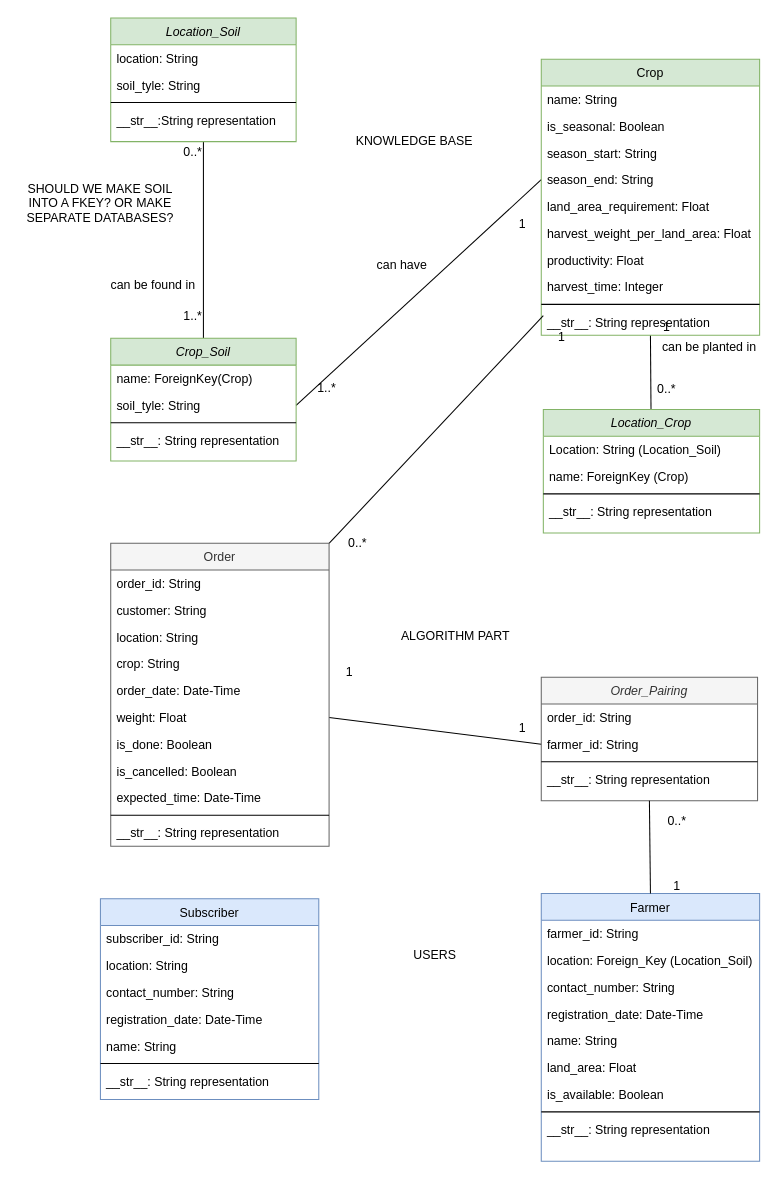
Before: Untitled Diagram.drawio in gwynncausing/atoani-icrop, a draw.io diagram. Source tidied: cells renumbered, new cells numbered last; positions are measured from the earlier drawing's top-left corner, leaving out a move shared by most shapes. Both pictures are drawn from the tidied source at 103%, with x=0, y=0 at pixel (18, 18).
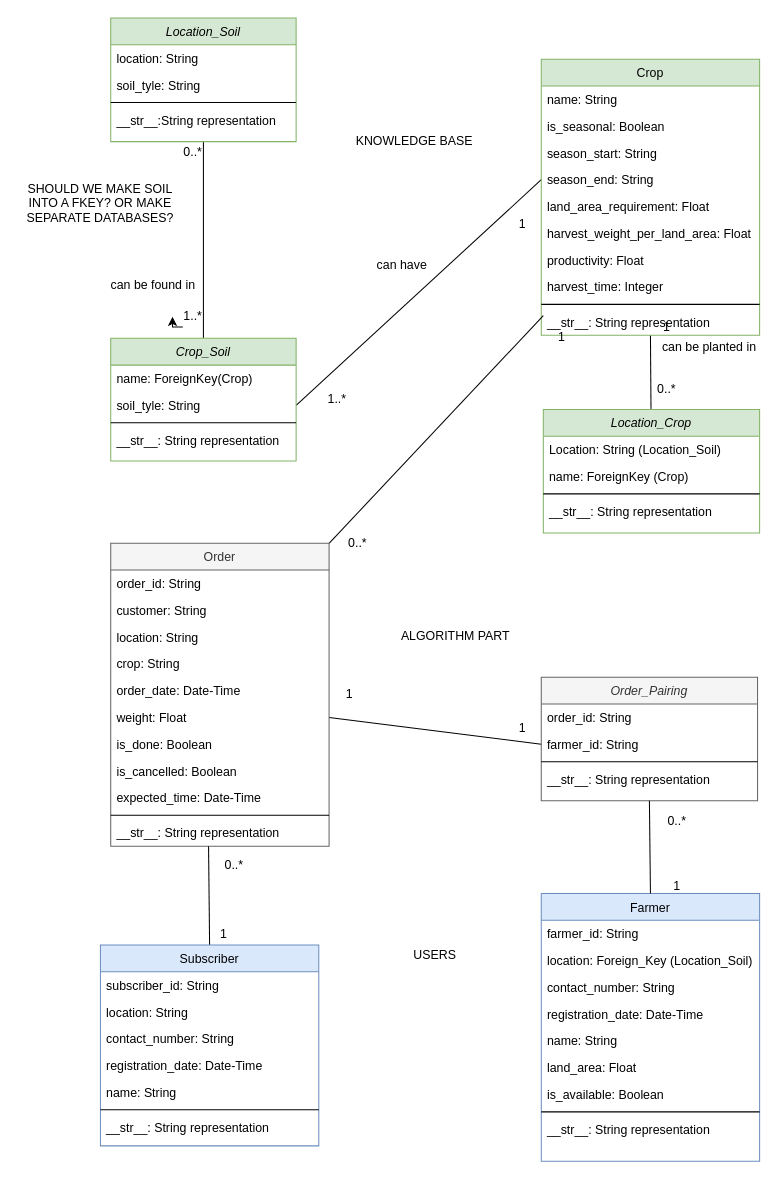
The same diagram, later.

The change refers to these unchanged cells:
```xml
<mxCell id="4" value="1..*" style="text;html=1;strokeColor=none;fillColor=none;align=center;verticalAlign=middle;whiteSpace=wrap;rounded=0;" parent="1" vertex="1">
  <mxGeometry x="150" y="280" width="40" height="20" as="geometry" />
</mxCell>
<mxCell id="76" value="__str__: String representation" style="text;align=left;verticalAlign=top;spacingLeft=4;spacingRight=4;overflow=hidden;points=[[0,0.5],[1,0.5]];portConstraint=eastwest;rounded=0;shadow=0;html=0;" parent="65" vertex="1">
  <mxGeometry y="268" width="212" height="26" as="geometry" />
</mxCell>
```

What changed in the source:
```diff
@@
     <mxCell id="6" value="1..*" style="text;html=1;strokeColor=none;fillColor=none;align=center;verticalAlign=middle;whiteSpace=wrap;rounded=0;" parent="1" vertex="1">
-      <mxGeometry x="280" y="350" width="40" height="20" as="geometry" />
+      <mxGeometry x="290" y="360" width="40" height="20" as="geometry" />
     </mxCell>
@@
     <mxCell id="50" value="1" style="text;html=1;strokeColor=none;fillColor=none;align=center;verticalAlign=middle;whiteSpace=wrap;rounded=0;" parent="1" vertex="1">
-      <mxGeometry x="302" y="625" width="40" height="20" as="geometry" />
+      <mxGeometry x="180" y="880" width="40" height="20" as="geometry" />
     </mxCell>
@@
+    <mxCell id="85" value="USERS" style="text;html=1;strokeColor=none;fillColor=none;align=center;verticalAlign=middle;whiteSpace=wrap;rounded=0;" parent="1" vertex="1">
+      <mxGeometry x="340" y="900" width="130" height="20" as="geometry" />
+    </mxCell>
+    <mxCell id="86" value="KNOWLEDGE BASE" style="text;html=1;strokeColor=none;fillColor=none;align=center;verticalAlign=middle;whiteSpace=wrap;rounded=0;" parent="1" vertex="1">
+      <mxGeometry x="320" y="110" width="130" height="20" as="geometry" />
+    </mxCell>
+    <mxCell id="87" value="SHOULD WE MAKE SOIL INTO A FKEY? OR MAKE SEPARATE DATABASES?" style="text;html=1;strokeColor=none;fillColor=none;align=center;verticalAlign=middle;whiteSpace=wrap;rounded=0;" parent="1" vertex="1">
+      <mxGeometry y="170" width="160" height="20" as="geometry" />
+    </mxCell>
+    <mxCell id="88" style="endArrow=none;html=1;entryX=0.448;entryY=1;entryDx=0;entryDy=0;entryPerimeter=0;exitX=0.5;exitY=0;exitDx=0;exitDy=0;" parent="1" edge="1" source="77" target="76">
+      <mxGeometry relative="1" as="geometry" />
+    </mxCell>
+    <mxCell id="89" value="1" style="text;html=1;strokeColor=none;fillColor=none;align=center;verticalAlign=middle;whiteSpace=wrap;rounded=0;" parent="1" vertex="1">
+      <mxGeometry x="302" y="647" width="40" height="20" as="geometry" />
+    </mxCell>
     <mxCell id="77" value="Subscriber" style="swimlane;fontStyle=0;align=center;verticalAlign=top;horizontal=1;startSize=26;rounded=0;shadow=0;strokeWidth=1;fillColor=#dae8fc;strokeColor=#6c8ebf;" parent="1" vertex="1">
-      <mxGeometry x="80" y="855" width="212" height="195" as="geometry" />
+      <mxGeometry x="80" y="900" width="212" height="195" as="geometry" />
     </mxCell>
@@
-    <mxCell id="85" value="USERS" style="text;html=1;strokeColor=none;fillColor=none;align=center;verticalAlign=middle;whiteSpace=wrap;rounded=0;" parent="1" vertex="1">
-      <mxGeometry x="340" y="900" width="130" height="20" as="geometry" />
-    </mxCell>
-    <mxCell id="86" value="KNOWLEDGE BASE" style="text;html=1;strokeColor=none;fillColor=none;align=center;verticalAlign=middle;whiteSpace=wrap;rounded=0;" parent="1" vertex="1">
-      <mxGeometry x="320" y="110" width="130" height="20" as="geometry" />
-    </mxCell>
-    <mxCell id="87" value="SHOULD WE MAKE SOIL INTO A FKEY? OR MAKE SEPARATE DATABASES?" style="text;html=1;strokeColor=none;fillColor=none;align=center;verticalAlign=middle;whiteSpace=wrap;rounded=0;" parent="1" vertex="1">
-      <mxGeometry y="170" width="160" height="20" as="geometry" />
-    </mxCell>
+    <mxCell id="90" value="0..*" style="text;html=1;strokeColor=none;fillColor=none;align=center;verticalAlign=middle;whiteSpace=wrap;rounded=0;" parent="1" vertex="1">
+      <mxGeometry x="190" y="813" width="40" height="20" as="geometry" />
+    </mxCell>
+    <mxCell id="91" style="edgeStyle=orthogonalEdgeStyle;rounded=0;orthogonalLoop=1;jettySize=auto;html=1;exitX=0.25;exitY=1;exitDx=0;exitDy=0;entryX=0;entryY=0.5;entryDx=0;entryDy=0;" parent="1" edge="1" source="4" target="4">
+      <mxGeometry relative="1" as="geometry" />
+    </mxCell>
```
